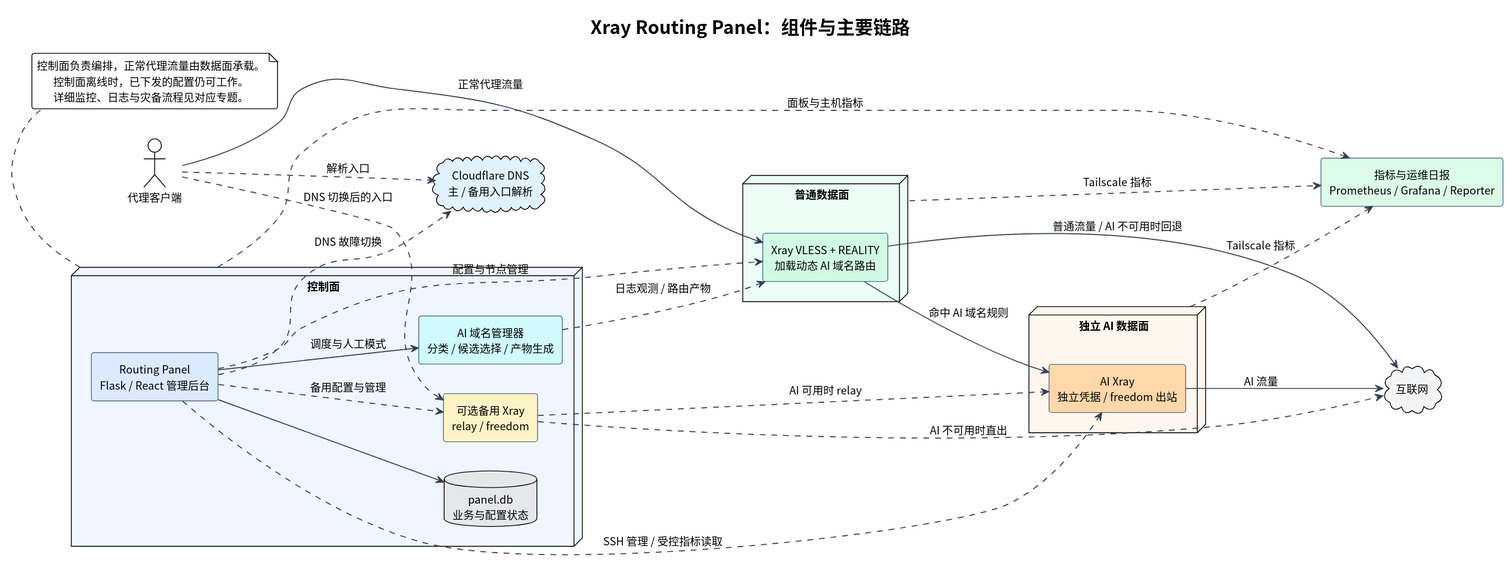
Earlier version of the PlantUML export docs/diagrams/system-architecture.svg (i-zrhe2016/ai-routing-panel).
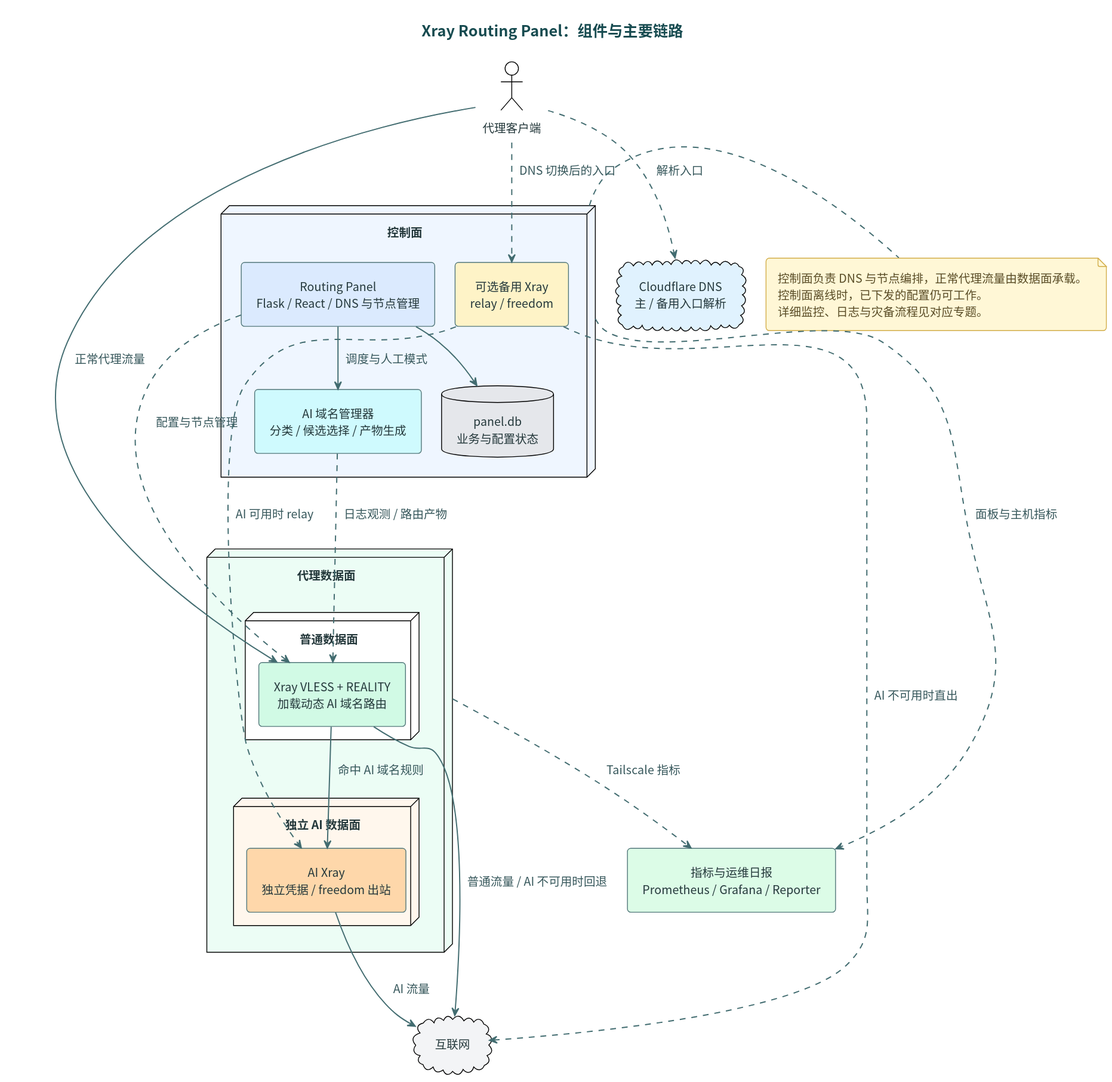
Later version of the same file.

The edit, as a diff of the source:
```diff
@@ -1,21 +1,23 @@
 @startuml
 !include style.iuml
-left to right direction
+top to bottom direction
 
 title Xray Routing Panel：组件与主要链路
 
 actor "代理客户端" as client
 cloud "Cloudflare DNS\n主 / 备用入口解析" as dns #E0F2FE
-node "普通数据面" as normal #ECFDF5 {
-  component "Xray VLESS + REALITY\n加载动态 AI 域名路由" as normalXray #D1FAE5
-}
-node "独立 AI 数据面" as ai #FFF7ED {
-  component "AI Xray\n独立凭据 / freedom 出站" as aiXray #FED7AA
-}
 cloud "互联网" as internet #F3F4F6
 
+node "代理数据面" as planes #ECFDF5 {
+  node "普通数据面" as normal {
+    component "Xray VLESS + REALITY\n加载动态 AI 域名路由" as normalXray #D1FAE5
+  }
+  node "独立 AI 数据面" as ai #FFF7ED {
+    component "AI Xray\n独立凭据 / freedom 出站" as aiXray #FED7AA
+  }
+}
 node "控制面" as control #EFF6FF {
-  component "Routing Panel\nFlask / React 管理后台" as panel #DBEAFE
+  component "Routing Panel\nFlask / React / DNS 与节点管理" as panel #DBEAFE
   component "AI 域名管理器\n分类 / 候选选择 / 产物生成" as manager #CFFAFE
   database "panel.db\n业务与配置状态" as db #E5E7EB
   component "可选备用 Xray\nrelay / freedom" as backup #FEF3C7
@@ -32,19 +34,15 @@
 panel --> manager : 调度与人工模式
 manager ..> normalXray : 日志观测 / 路由产物
 panel ..> normalXray : 配置与节点管理
-panel ..> aiXray : SSH 管理 / 受控指标读取
-panel ..> dns : DNS 故障切换
-panel ..> backup : 备用配置与管理
 client ..> backup : DNS 切换后的入口
 backup ..> aiXray : AI 可用时 relay
 backup ..> internet : AI 不可用时直出
 
-normal ..> observability : Tailscale 指标
-ai ..> observability : Tailscale 指标
+planes ..> observability : Tailscale 指标
 control ..> observability : 面板与主机指标
 
-note bottom of control
-控制面负责编排，正常代理流量由数据面承载。
+note right of control
+控制面负责 DNS 与节点编排，正常代理流量由数据面承载。
 控制面离线时，已下发的配置仍可工作。
 详细监控、日志与灾备流程见对应专题。
 end note
```
